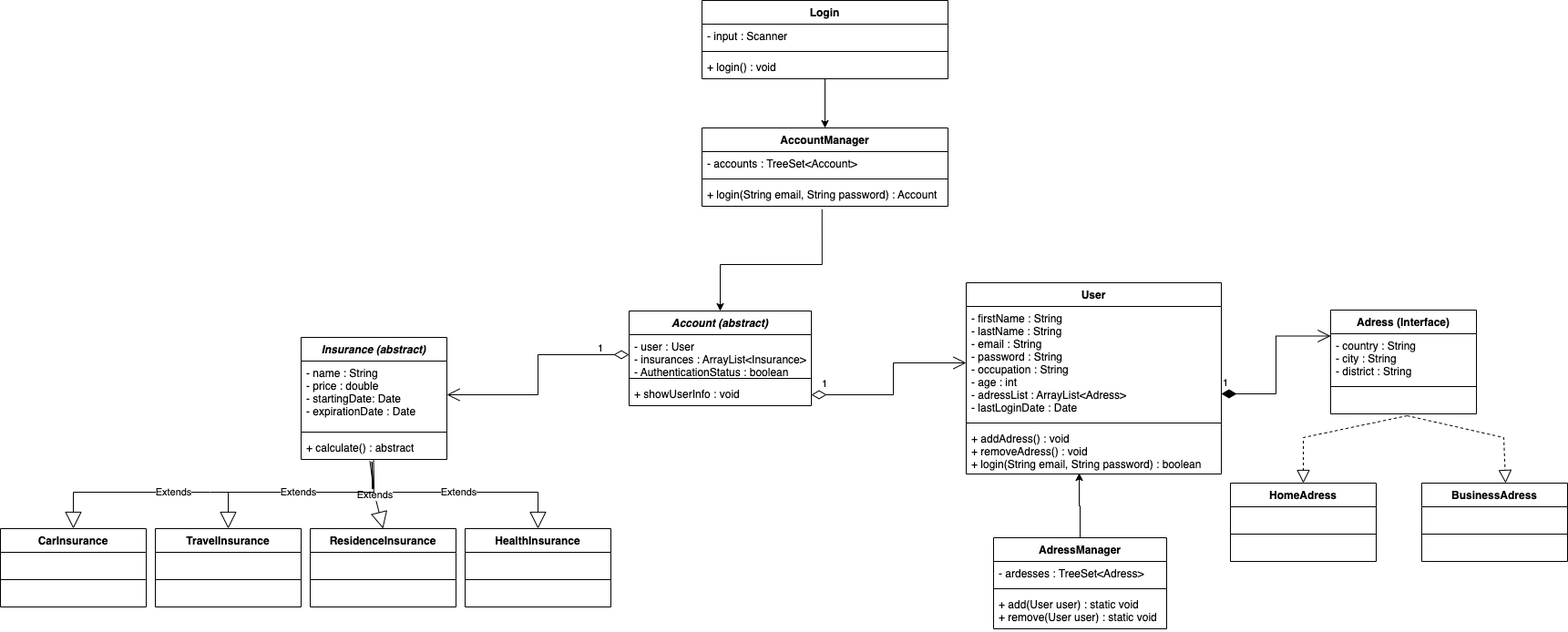
Earlier version of the draw.io export uml-class-diagram/PolicyManagement.png (serveta/policy-management). Source tidied: cells renumbered, new cells last; positions are measured from the earlier drawing's top-left corner, leaving out a move shared by most shapes.
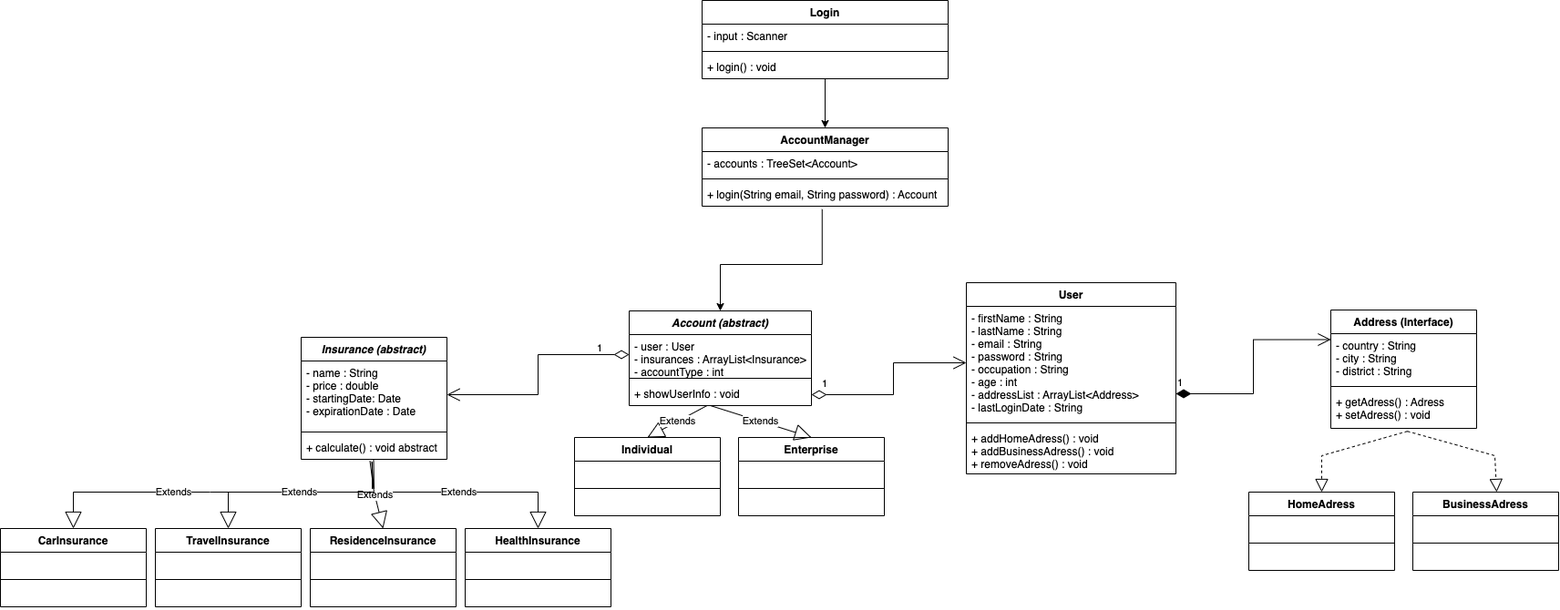
The same file after the commit.

Commit message:
Update uml class diagram

What changed in the source:
```diff
@@ -14,7 +14,7 @@
     <mxCell id="3" value="Account (abstract)" style="swimlane;fontStyle=3;align=center;verticalAlign=top;horizontal=1;startSize=26;" parent="1" vertex="1">
       <mxGeometry x="690" y="341" width="200" height="104" as="geometry" />
     </mxCell>
-    <mxCell id="4" value="- user : User&#10;- insurances : ArrayList&lt;Insurance&gt;&#10;- AuthenticationStatus : boolean" style="text;strokeColor=none;fillColor=none;align=left;verticalAlign=top;spacingLeft=4;spacingRight=4;overflow=hidden;points=[[0,0.5],[1,0.5]];portConstraint=eastwest;" parent="3" vertex="1">
+    <mxCell id="4" value="- user : User&#10;- insurances : ArrayList&lt;Insurance&gt;&#10;- accountType : int" style="text;strokeColor=none;fillColor=none;align=left;verticalAlign=top;spacingLeft=4;spacingRight=4;overflow=hidden;points=[[0,0.5],[1,0.5]];portConstraint=eastwest;" parent="3" vertex="1">
       <mxGeometry y="26" width="200" height="44" as="geometry" />
     </mxCell>
     <mxCell id="5" style="line;strokeWidth=1;fillColor=none;align=left;verticalAlign=middle;spacingTop=-1;spacingLeft=3;spacingRight=3;labelPosition=right;" parent="3" vertex="1">
@@ -24,19 +24,19 @@
       <mxGeometry y="78" width="200" height="26" as="geometry" />
     </mxCell>
     <mxCell id="7" value="User" style="swimlane;fontStyle=1;align=center;verticalAlign=top;horizontal=1;startSize=26;" parent="1" vertex="1">
-      <mxGeometry x="1060" y="310" width="280" height="210" as="geometry" />
+      <mxGeometry x="1060" y="310" width="230" height="210" as="geometry" />
     </mxCell>
-    <mxCell id="8" value="- firstName : String&#10;- lastName : String&#10;- email : String&#10;- password : String&#10;- occupation : String&#10;- age : int&#10;- adressList : ArrayList&lt;Adress&gt;&#10;- lastLoginDate : Date" style="text;strokeColor=none;fillColor=none;align=left;verticalAlign=top;spacingLeft=4;spacingRight=4;overflow=hidden;points=[[0,0.5],[1,0.5]];portConstraint=eastwest;" parent="7" vertex="1">
-      <mxGeometry y="26" width="280" height="124" as="geometry" />
+    <mxCell id="8" value="- firstName : String&#10;- lastName : String&#10;- email : String&#10;- password : String&#10;- occupation : String&#10;- age : int&#10;- addressList : ArrayList&lt;Address&gt;&#10;- lastLoginDate : String" style="text;strokeColor=none;fillColor=none;align=left;verticalAlign=top;spacingLeft=4;spacingRight=4;overflow=hidden;points=[[0,0.5],[1,0.5]];portConstraint=eastwest;" parent="7" vertex="1">
+      <mxGeometry y="26" width="230" height="124" as="geometry" />
     </mxCell>
     <mxCell id="9" style="line;strokeWidth=1;fillColor=none;align=left;verticalAlign=middle;spacingTop=-1;spacingLeft=3;spacingRight=3;labelPosition=right;" parent="7" vertex="1">
-      <mxGeometry y="150" width="280" height="8" as="geometry" />
+      <mxGeometry y="150" width="230" height="8" as="geometry" />
     </mxCell>
-    <mxCell id="10" value="+ addAdress() : void&#10;+ removeAdress() : void&#10;+ login(String email, String password) : boolean" style="text;strokeColor=none;fillColor=none;align=left;verticalAlign=top;spacingLeft=4;spacingRight=4;overflow=hidden;points=[[0,0.5],[1,0.5]];portConstraint=eastwest;" parent="7" vertex="1">
-      <mxGeometry y="158" width="280" height="52" as="geometry" />
+    <mxCell id="10" value="+ addHomeAdress() : void&#10;+ addBusinessAdress() : void&#10;+ removeAdress() : void" style="text;strokeColor=none;fillColor=none;align=left;verticalAlign=top;spacingLeft=4;spacingRight=4;overflow=hidden;points=[[0,0.5],[1,0.5]];portConstraint=eastwest;" parent="7" vertex="1">
+      <mxGeometry y="158" width="230" height="52" as="geometry" />
     </mxCell>
-    <mxCell id="11" value="Adress (Interface)" style="swimlane;fontStyle=1;align=center;verticalAlign=top;horizontal=1;startSize=26;" parent="1" vertex="1">
-      <mxGeometry x="1460" y="340" width="160" height="114" as="geometry" />
+    <mxCell id="11" value="Address (Interface)" style="swimlane;fontStyle=1;align=center;verticalAlign=top;horizontal=1;startSize=26;" parent="1" vertex="1">
+      <mxGeometry x="1460" y="340" width="160" height="130" as="geometry" />
     </mxCell>
     <mxCell id="12" value="- country : String&#10;- city : String&#10;- district : String&#10;" style="text;strokeColor=none;fillColor=none;align=left;verticalAlign=top;spacingLeft=4;spacingRight=4;overflow=hidden;" parent="11" vertex="1">
       <mxGeometry y="26" width="160" height="54" as="geometry" />
@@ -44,8 +44,8 @@
     <mxCell id="13" style="line;strokeWidth=1;fillColor=none;align=left;verticalAlign=middle;spacingTop=-1;spacingLeft=3;spacingRight=3;labelPosition=right;" parent="11" vertex="1">
       <mxGeometry y="80" width="160" height="8" as="geometry" />
     </mxCell>
-    <mxCell id="14" value="&#10;&#10;" style="text;strokeColor=none;fillColor=none;align=left;verticalAlign=top;spacingLeft=4;spacingRight=4;overflow=hidden;points=[[0,0.5],[1,0.5]];portConstraint=eastwest;" parent="11" vertex="1">
-      <mxGeometry y="88" width="160" height="26" as="geometry" />
+    <mxCell id="14" value="+ getAdress() : Adress&#10;+ setAdress() : void" style="text;strokeColor=none;fillColor=none;align=left;verticalAlign=top;spacingLeft=4;spacingRight=4;overflow=hidden;points=[[0,0.5],[1,0.5]];portConstraint=eastwest;" parent="11" vertex="1">
+      <mxGeometry y="88" width="160" height="42" as="geometry" />
     </mxCell>
     <mxCell id="15" value="1" style="endArrow=open;html=1;endSize=12;startArrow=diamondThin;startSize=14;startFill=0;edgeStyle=orthogonalEdgeStyle;align=left;verticalAlign=bottom;rounded=0;entryX=0;entryY=0.5;entryDx=0;entryDy=0;exitX=1;exitY=0.5;exitDx=0;exitDy=0;" parent="1" edge="1" target="8">
       <mxGeometry x="-0.9" y="3" relative="1" as="geometry">
@@ -59,12 +59,12 @@
     <mxCell id="16" style="endArrow=block;dashed=1;endFill=0;endSize=12;html=1;rounded=0;exitX=0.525;exitY=1.077;exitDx=0;exitDy=0;exitPerimeter=0;entryX=0.5;entryY=0;entryDx=0;entryDy=0;" parent="1" edge="1" source="14" target="17">
       <mxGeometry relative="1" as="geometry">
         <Array as="points">
-          <mxPoint x="1430" y="480" />
+          <mxPoint x="1450" y="500" />
         </Array>
       </mxGeometry>
     </mxCell>
     <mxCell id="17" value="HomeAdress" style="swimlane;fontStyle=1;align=center;verticalAlign=top;horizontal=1;startSize=26;" parent="1" vertex="1">
-      <mxGeometry x="1350" y="530" width="160" height="86" as="geometry" />
+      <mxGeometry x="1370" y="540" width="160" height="86" as="geometry" />
     </mxCell>
     <mxCell id="18" value="&#10;&#10;" style="text;strokeColor=none;fillColor=none;align=left;verticalAlign=top;spacingLeft=4;spacingRight=4;overflow=hidden;" parent="17" vertex="1">
       <mxGeometry y="26" width="160" height="26" as="geometry" />
@@ -76,7 +76,7 @@
       <mxGeometry y="60" width="160" height="26" as="geometry" />
     </mxCell>
     <mxCell id="21" value="BusinessAdress" style="swimlane;fontStyle=1;align=center;verticalAlign=top;horizontal=1;startSize=26;" parent="1" vertex="1">
-      <mxGeometry x="1560" y="530" width="160" height="86" as="geometry" />
+      <mxGeometry x="1550" y="540" width="160" height="86" as="geometry" />
     </mxCell>
     <mxCell id="22" value="&#10;&#10;" style="text;strokeColor=none;fillColor=none;align=left;verticalAlign=top;spacingLeft=4;spacingRight=4;overflow=hidden;" parent="21" vertex="1">
       <mxGeometry y="26" width="160" height="26" as="geometry" />
@@ -90,28 +90,13 @@
     <mxCell id="25" style="endArrow=block;dashed=1;endFill=0;endSize=12;html=1;rounded=0;exitX=0.525;exitY=1.077;exitDx=0;exitDy=0;exitPerimeter=0;entryX=0.575;entryY=0;entryDx=0;entryDy=0;entryPerimeter=0;" parent="1" edge="1" source="14" target="21">
       <mxGeometry relative="1" as="geometry">
         <Array as="points">
-          <mxPoint x="1650" y="480" />
+          <mxPoint x="1640" y="500" />
         </Array>
       </mxGeometry>
     </mxCell>
     <mxCell id="26" value="1" style="endArrow=open;html=1;endSize=12;startArrow=diamondThin;startSize=14;startFill=1;edgeStyle=orthogonalEdgeStyle;align=left;verticalAlign=bottom;rounded=0;exitX=1;exitY=0.774;exitDx=0;exitDy=0;exitPerimeter=0;entryX=0;entryY=0.25;entryDx=0;entryDy=0;" parent="1" edge="1" source="8" target="11">
       <mxGeometry x="-1" y="3" relative="1" as="geometry" />
     </mxCell>
-    <mxCell id="27" style="edgeStyle=orthogonalEdgeStyle;rounded=0;jettySize=auto;html=1;exitX=0.5;exitY=0;exitDx=0;exitDy=0;entryX=0.443;entryY=0.981;entryDx=0;entryDy=0;entryPerimeter=0;" parent="1" edge="1" source="28" target="10">
-      <mxGeometry relative="1" as="geometry" />
-    </mxCell>
-    <mxCell id="28" value="AdressManager" style="swimlane;fontStyle=1;align=center;verticalAlign=top;horizontal=1;startSize=26;" parent="1" vertex="1">
-      <mxGeometry x="1090" y="590" width="190" height="100" as="geometry" />
-    </mxCell>
-    <mxCell id="29" value="- ardesses : TreeSet&lt;Adress&gt;" style="text;strokeColor=none;fillColor=none;align=left;verticalAlign=top;spacingLeft=4;spacingRight=4;overflow=hidden;" parent="28" vertex="1">
-      <mxGeometry y="26" width="190" height="26" as="geometry" />
-    </mxCell>
-    <mxCell id="30" style="line;strokeWidth=1;fillColor=none;align=left;verticalAlign=middle;spacingTop=-1;spacingLeft=3;spacingRight=3;labelPosition=right;" parent="28" vertex="1">
-      <mxGeometry y="52" width="190" height="8" as="geometry" />
-    </mxCell>
-    <mxCell id="31" value="+ add(User user) : static void&#10;+ remove(User user) : static void" style="text;strokeColor=none;fillColor=none;align=left;verticalAlign=top;spacingLeft=4;spacingRight=4;overflow=hidden;" parent="28" vertex="1">
-      <mxGeometry y="60" width="190" height="40" as="geometry" />
-    </mxCell>
     <mxCell id="32" value="Insurance (abstract)" style="swimlane;fontStyle=3;align=center;verticalAlign=top;horizontal=1;startSize=26;" parent="1" vertex="1">
       <mxGeometry x="330" y="370" width="160" height="134" as="geometry" />
     </mxCell>
@@ -121,7 +106,7 @@
     <mxCell id="34" style="line;strokeWidth=1;fillColor=none;align=left;verticalAlign=middle;spacingTop=-1;spacingLeft=3;spacingRight=3;labelPosition=right;" parent="32" vertex="1">
       <mxGeometry y="100" width="160" height="8" as="geometry" />
     </mxCell>
-    <mxCell id="35" value="+ calculate() : abstract" style="text;strokeColor=none;fillColor=none;align=left;verticalAlign=top;spacingLeft=4;spacingRight=4;overflow=hidden;points=[[0,0.5],[1,0.5]];portConstraint=eastwest;" parent="32" vertex="1">
+    <mxCell id="35" value="+ calculate() : void abstract" style="text;strokeColor=none;fillColor=none;align=left;verticalAlign=top;spacingLeft=4;spacingRight=4;overflow=hidden;points=[[0,0.5],[1,0.5]];portConstraint=eastwest;" parent="32" vertex="1">
       <mxGeometry y="108" width="160" height="26" as="geometry" />
     </mxCell>
     <mxCell id="36" value="1" style="endArrow=open;html=1;endSize=12;startArrow=diamondThin;startSize=14;startFill=0;edgeStyle=orthogonalEdgeStyle;align=left;verticalAlign=bottom;rounded=0;entryX=1;entryY=0.5;entryDx=0;entryDy=0;exitX=0;exitY=0.5;exitDx=0;exitDy=0;" parent="1" edge="1" source="4" target="33">
@@ -233,5 +218,35 @@
     <mxCell id="65" value="+ login(String email, String password) : Account" style="text;strokeColor=none;fillColor=none;align=left;verticalAlign=top;spacingLeft=4;spacingRight=4;overflow=hidden;points=[[0,0.5],[1,0.5]];portConstraint=eastwest;" parent="62" vertex="1">
       <mxGeometry y="60" width="270" height="26" as="geometry" />
     </mxCell>
+    <mxCell id="66" value="Individual" style="swimlane;fontStyle=1;align=center;verticalAlign=top;horizontal=1;startSize=26;" parent="1" vertex="1">
+      <mxGeometry x="630" y="480" width="160" height="86" as="geometry" />
+    </mxCell>
+    <mxCell id="67" value="&#10;&#10;" style="text;strokeColor=none;fillColor=none;align=left;verticalAlign=top;spacingLeft=4;spacingRight=4;overflow=hidden;" parent="66" vertex="1">
+      <mxGeometry y="26" width="160" height="26" as="geometry" />
+    </mxCell>
+    <mxCell id="68" style="line;strokeWidth=1;fillColor=none;align=left;verticalAlign=middle;spacingTop=-1;spacingLeft=3;spacingRight=3;labelPosition=right;" parent="66" vertex="1">
+      <mxGeometry y="52" width="160" height="8" as="geometry" />
+    </mxCell>
+    <mxCell id="69" value="&#10;&#10;" style="text;strokeColor=none;fillColor=none;align=left;verticalAlign=top;spacingLeft=4;spacingRight=4;overflow=hidden;" parent="66" vertex="1">
+      <mxGeometry y="60" width="160" height="26" as="geometry" />
+    </mxCell>
+    <mxCell id="70" value="Enterprise" style="swimlane;fontStyle=1;align=center;verticalAlign=top;horizontal=1;startSize=26;" parent="1" vertex="1">
+      <mxGeometry x="810" y="480" width="160" height="86" as="geometry" />
+    </mxCell>
+    <mxCell id="71" value="&#10;&#10;" style="text;strokeColor=none;fillColor=none;align=left;verticalAlign=top;spacingLeft=4;spacingRight=4;overflow=hidden;" parent="70" vertex="1">
+      <mxGeometry y="26" width="160" height="26" as="geometry" />
+    </mxCell>
+    <mxCell id="72" style="line;strokeWidth=1;fillColor=none;align=left;verticalAlign=middle;spacingTop=-1;spacingLeft=3;spacingRight=3;labelPosition=right;" parent="70" vertex="1">
+      <mxGeometry y="52" width="160" height="8" as="geometry" />
+    </mxCell>
+    <mxCell id="73" value="&#10;&#10;" style="text;strokeColor=none;fillColor=none;align=left;verticalAlign=top;spacingLeft=4;spacingRight=4;overflow=hidden;" parent="70" vertex="1">
+      <mxGeometry y="60" width="160" height="26" as="geometry" />
+    </mxCell>
+    <mxCell id="74" value="Extends" style="endArrow=block;endSize=16;endFill=0;html=1;rounded=0;exitX=0.428;exitY=0.996;exitDx=0;exitDy=0;exitPerimeter=0;entryX=0.5;entryY=0;entryDx=0;entryDy=0;" parent="1" edge="1" source="6" target="66">
+      <mxGeometry relative="1" as="geometry" />
+    </mxCell>
+    <mxCell id="75" value="Extends" style="endArrow=block;endSize=16;endFill=0;html=1;rounded=0;exitX=0.444;exitY=0.996;exitDx=0;exitDy=0;exitPerimeter=0;entryX=0.5;entryY=0;entryDx=0;entryDy=0;" parent="1" edge="1" source="6" target="70">
+      <mxGeometry relative="1" as="geometry" />
+    </mxCell>
   </root>
 </mxGraphModel>
```
